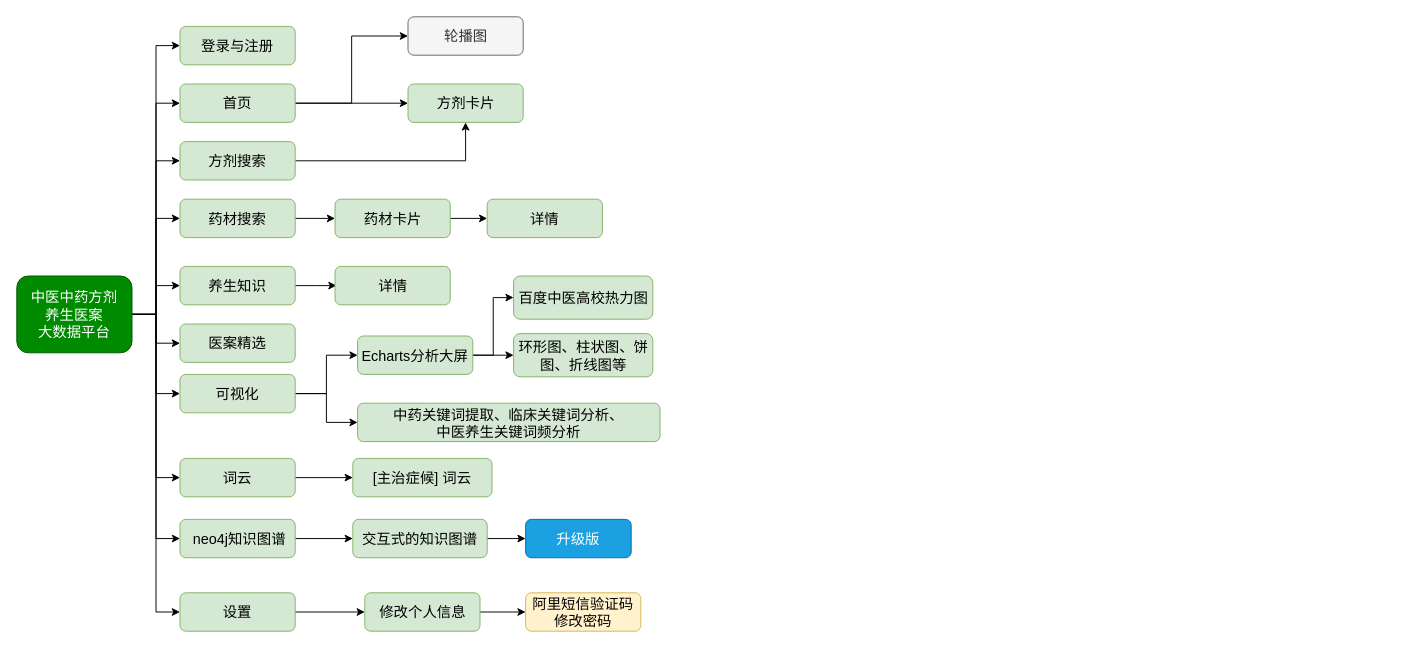
redcomet88/DRAW keeps this draw.io diagram as 2023/f10中药养生.drawio. Above is the earlier version. Source tidied: cells renumbered, new cells numbered last; positions are measured from the earlier drawing's top-left corner, leaving out a move shared by most shapes. Both pictures are drawn from the tidied source at 96%, with x=0, y=0 at pixel (16, 16).
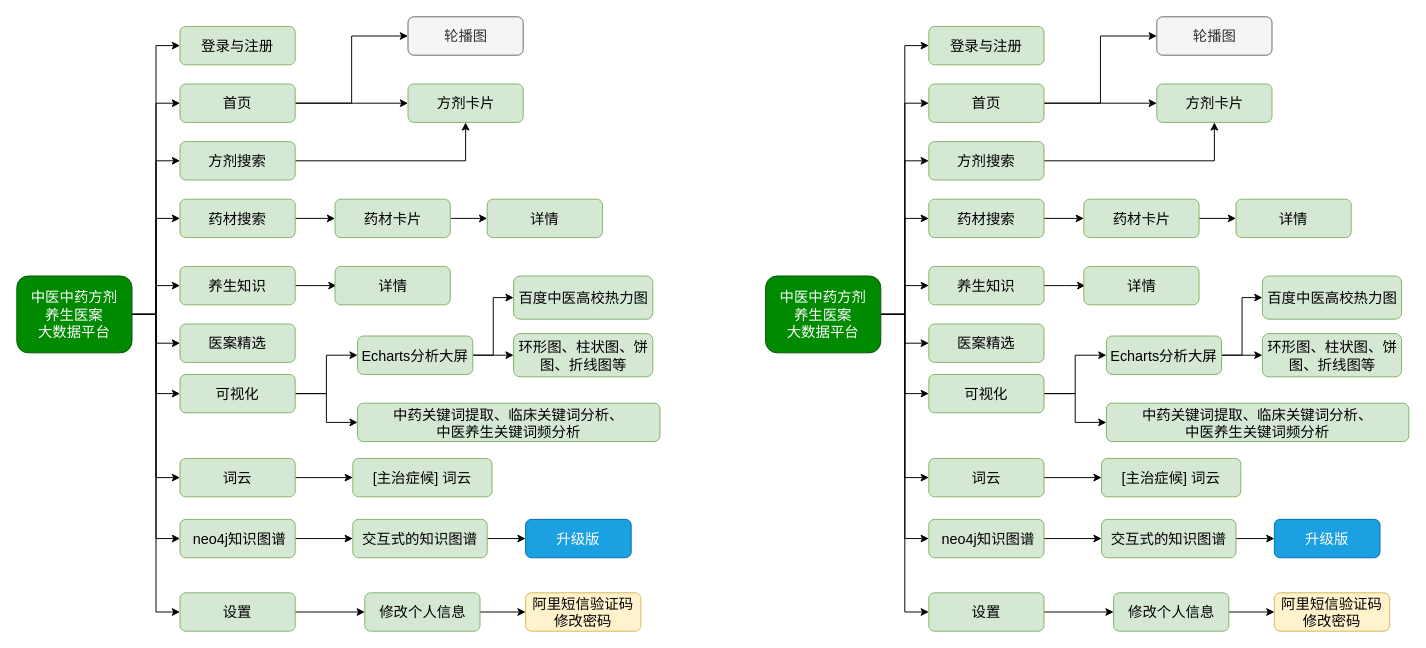
After the change.

Commit message:
更新f10中药养生和问答系统.drawio

The edit, as a diff of the source:
```diff
@@
+    <mxCell id="52" style="edgeStyle=orthogonalEdgeStyle;rounded=0;jettySize=auto;html=1;exitX=1;exitY=0.5;exitDx=0;exitDy=0;entryX=0;entryY=0.5;entryDx=0;entryDy=0;" parent="1" edge="1" source="63" target="67">
+      <mxGeometry relative="1" as="geometry" />
+    </mxCell>
+    <mxCell id="53" style="edgeStyle=orthogonalEdgeStyle;rounded=0;jettySize=auto;html=1;exitX=1;exitY=0.5;exitDx=0;exitDy=0;entryX=0;entryY=0.5;entryDx=0;entryDy=0;" parent="1" edge="1" source="63" target="66">
+      <mxGeometry relative="1" as="geometry" />
+    </mxCell>
+    <mxCell id="54" style="edgeStyle=orthogonalEdgeStyle;rounded=0;jettySize=auto;html=1;exitX=1;exitY=0.5;exitDx=0;exitDy=0;entryX=0;entryY=0.5;entryDx=0;entryDy=0;" parent="1" edge="1" source="63" target="70">
+      <mxGeometry relative="1" as="geometry" />
+    </mxCell>
+    <mxCell id="55" style="edgeStyle=orthogonalEdgeStyle;rounded=0;jettySize=auto;html=1;exitX=1;exitY=0.5;exitDx=0;exitDy=0;entryX=0;entryY=0.5;entryDx=0;entryDy=0;" parent="1" edge="1" source="63" target="73">
+      <mxGeometry relative="1" as="geometry" />
+    </mxCell>
+    <mxCell id="56" style="edgeStyle=orthogonalEdgeStyle;rounded=0;jettySize=auto;html=1;exitX=1;exitY=0.5;exitDx=0;exitDy=0;entryX=0;entryY=0.5;entryDx=0;entryDy=0;" parent="1" edge="1" source="63" target="79">
+      <mxGeometry relative="1" as="geometry" />
+    </mxCell>
+    <mxCell id="57" style="edgeStyle=orthogonalEdgeStyle;rounded=0;jettySize=auto;html=1;exitX=1;exitY=0.5;exitDx=0;exitDy=0;entryX=0;entryY=0.5;entryDx=0;entryDy=0;" parent="1" edge="1" source="84" target="81">
+      <mxGeometry relative="1" as="geometry" />
+    </mxCell>
+    <mxCell id="58" style="edgeStyle=orthogonalEdgeStyle;rounded=0;jettySize=auto;html=1;exitX=1;exitY=0.5;exitDx=0;exitDy=0;entryX=0;entryY=0.5;entryDx=0;entryDy=0;fontSize=20;" parent="1" edge="1" source="63" target="84">
+      <mxGeometry relative="1" as="geometry" />
+    </mxCell>
+    <mxCell id="59" style="edgeStyle=orthogonalEdgeStyle;rounded=0;jettySize=auto;html=1;exitX=1;exitY=0.5;exitDx=0;exitDy=0;entryX=0;entryY=0.5;entryDx=0;entryDy=0;" parent="1" edge="1" source="63" target="88">
+      <mxGeometry relative="1" as="geometry" />
+    </mxCell>
+    <mxCell id="60" style="edgeStyle=orthogonalEdgeStyle;rounded=0;jettySize=auto;html=1;exitX=1;exitY=0.5;exitDx=0;exitDy=0;entryX=0;entryY=0.5;entryDx=0;entryDy=0;fontSize=17;" parent="1" edge="1" source="63" target="92">
+      <mxGeometry relative="1" as="geometry" />
+    </mxCell>
+    <mxCell id="61" style="edgeStyle=orthogonalEdgeStyle;rounded=0;jettySize=auto;html=1;exitX=1;exitY=0.5;exitDx=0;exitDy=0;entryX=0;entryY=0.5;entryDx=0;entryDy=0;" parent="1" edge="1" source="63" target="98">
+      <mxGeometry relative="1" as="geometry" />
+    </mxCell>
+    <mxCell id="62" style="edgeStyle=orthogonalEdgeStyle;rounded=0;jettySize=auto;html=1;exitX=1;exitY=0.5;exitDx=0;exitDy=0;entryX=0;entryY=0.5;entryDx=0;entryDy=0;" parent="1" edge="1" source="63" target="100">
+      <mxGeometry relative="1" as="geometry" />
+    </mxCell>
+    <mxCell id="63" value="中医中药方剂&lt;br&gt;养生医案&lt;br&gt;大数据平台" style="rounded=1;whiteSpace=wrap;html=1;fontSize=15;fillColor=#008a00;strokeColor=#005700;fontColor=#ffffff;" parent="1" vertex="1">
+      <mxGeometry x="780" y="270" width="120" height="80" as="geometry" />
+    </mxCell>
+    <mxCell id="64" style="edgeStyle=orthogonalEdgeStyle;rounded=0;jettySize=auto;html=1;exitX=1;exitY=0.5;exitDx=0;exitDy=0;entryX=0;entryY=0.5;entryDx=0;entryDy=0;" parent="1" edge="1" source="66" target="71">
+      <mxGeometry relative="1" as="geometry" />
+    </mxCell>
+    <mxCell id="65" style="edgeStyle=orthogonalEdgeStyle;rounded=0;jettySize=auto;html=1;exitX=1;exitY=0.5;exitDx=0;exitDy=0;entryX=0;entryY=0.5;entryDx=0;entryDy=0;fontSize=17;" parent="1" edge="1" source="66" target="90">
+      <mxGeometry relative="1" as="geometry" />
+    </mxCell>
+    <mxCell id="66" value="首页" style="rounded=1;whiteSpace=wrap;html=1;fontSize=15;fillColor=#d5e8d4;strokeColor=#82b366;" parent="1" vertex="1">
+      <mxGeometry x="950" y="70" width="120" height="40" as="geometry" />
+    </mxCell>
+    <mxCell id="67" value="登录与注册" style="rounded=1;whiteSpace=wrap;html=1;fontSize=15;fillColor=#d5e8d4;strokeColor=#82b366;" parent="1" vertex="1">
+      <mxGeometry x="950" y="10" width="120" height="40" as="geometry" />
+    </mxCell>
+    <mxCell id="68" style="edgeStyle=orthogonalEdgeStyle;rounded=0;jettySize=auto;html=1;exitX=1;exitY=0.5;exitDx=0;exitDy=0;entryX=0;entryY=0.5;entryDx=0;entryDy=0;" parent="1" edge="1" source="70" target="77">
+      <mxGeometry relative="1" as="geometry" />
+    </mxCell>
+    <mxCell id="69" style="edgeStyle=orthogonalEdgeStyle;rounded=0;jettySize=auto;html=1;exitX=1;exitY=0.5;exitDx=0;exitDy=0;entryX=0;entryY=0.5;entryDx=0;entryDy=0;fontSize=15;" parent="1" edge="1" source="70" target="89">
+      <mxGeometry relative="1" as="geometry" />
+    </mxCell>
+    <mxCell id="70" value="可视化" style="rounded=1;whiteSpace=wrap;html=1;fontSize=15;fillColor=#d5e8d4;strokeColor=#82b366;" parent="1" vertex="1">
+      <mxGeometry x="950" y="372.5" width="120" height="40" as="geometry" />
+    </mxCell>
+    <mxCell id="71" value="方剂卡片" style="rounded=1;whiteSpace=wrap;html=1;fontSize=15;fillColor=#d5e8d4;strokeColor=#82b366;" parent="1" vertex="1">
+      <mxGeometry x="1187.5" y="70" width="120" height="40" as="geometry" />
+    </mxCell>
+    <mxCell id="72" style="edgeStyle=orthogonalEdgeStyle;rounded=0;jettySize=auto;html=1;exitX=1;exitY=0.5;exitDx=0;exitDy=0;entryX=0;entryY=0.5;entryDx=0;entryDy=0;" parent="1" edge="1" source="73" target="74">
+      <mxGeometry relative="1" as="geometry" />
+    </mxCell>
+    <mxCell id="73" value="词云" style="rounded=1;whiteSpace=wrap;html=1;fontSize=15;fillColor=#d5e8d4;strokeColor=#82b366;" parent="1" vertex="1">
+      <mxGeometry x="950" y="460" width="120" height="40" as="geometry" />
+    </mxCell>
+    <mxCell id="74" value="[主治症候] 词云" style="rounded=1;whiteSpace=wrap;html=1;fontSize=15;fillColor=#d5e8d4;strokeColor=#82b366;" parent="1" vertex="1">
+      <mxGeometry x="1130" y="460" width="145" height="40" as="geometry" />
+    </mxCell>
+    <mxCell id="75" style="edgeStyle=orthogonalEdgeStyle;rounded=0;jettySize=auto;html=1;exitX=1;exitY=0.5;exitDx=0;exitDy=0;entryX=0;entryY=0.5;entryDx=0;entryDy=0;" parent="1" edge="1" source="77" target="82">
+      <mxGeometry relative="1" as="geometry" />
+    </mxCell>
+    <mxCell id="76" style="edgeStyle=orthogonalEdgeStyle;rounded=0;jettySize=auto;html=1;exitX=1;exitY=0.5;exitDx=0;exitDy=0;entryX=0;entryY=0.5;entryDx=0;entryDy=0;" parent="1" edge="1" source="77" target="101">
+      <mxGeometry relative="1" as="geometry" />
+    </mxCell>
+    <mxCell id="77" value="Echarts分析大屏" style="rounded=1;whiteSpace=wrap;html=1;fontSize=15;fillColor=#d5e8d4;strokeColor=#82b366;" parent="1" vertex="1">
+      <mxGeometry x="1135" y="332.5" width="120" height="40" as="geometry" />
+    </mxCell>
+    <mxCell id="78" style="edgeStyle=orthogonalEdgeStyle;rounded=0;jettySize=auto;html=1;entryX=0.5;entryY=1;entryDx=0;entryDy=0;" parent="1" edge="1" source="79" target="71">
+      <mxGeometry relative="1" as="geometry" />
+    </mxCell>
+    <mxCell id="79" value="方剂搜索" style="rounded=1;whiteSpace=wrap;html=1;fontSize=15;fillColor=#d5e8d4;strokeColor=#82b366;" parent="1" vertex="1">
+      <mxGeometry x="950" y="130" width="120" height="40" as="geometry" />
+    </mxCell>
+    <mxCell id="80" style="edgeStyle=orthogonalEdgeStyle;rounded=0;jettySize=auto;html=1;exitX=1;exitY=0.5;exitDx=0;exitDy=0;entryX=0;entryY=0.5;entryDx=0;entryDy=0;" parent="1" edge="1" source="81" target="83">
+      <mxGeometry relative="1" as="geometry" />
+    </mxCell>
+    <mxCell id="81" value="修改个人信息" style="rounded=1;whiteSpace=wrap;html=1;fontSize=15;fillColor=#d5e8d4;strokeColor=#82b366;" parent="1" vertex="1">
+      <mxGeometry x="1142.5" y="600" width="120" height="40" as="geometry" />
+    </mxCell>
+    <mxCell id="82" value="环形图、柱状图、饼图、折线图等" style="rounded=1;whiteSpace=wrap;html=1;fontSize=15;fillColor=#d5e8d4;strokeColor=#82b366;" parent="1" vertex="1">
+      <mxGeometry x="1297.5" y="330" width="145" height="45" as="geometry" />
+    </mxCell>
+    <mxCell id="83" value="阿里短信验证码修改密码" style="rounded=1;whiteSpace=wrap;html=1;fontSize=15;fillColor=#fff2cc;strokeColor=#d6b656;" parent="1" vertex="1">
+      <mxGeometry x="1310" y="600" width="120" height="40" as="geometry" />
+    </mxCell>
+    <mxCell id="84" value="设置" style="rounded=1;whiteSpace=wrap;html=1;fontSize=15;fillColor=#d5e8d4;strokeColor=#82b366;" parent="1" vertex="1">
+      <mxGeometry x="950" y="600" width="120" height="40" as="geometry" />
+    </mxCell>
+    <mxCell id="85" style="edgeStyle=orthogonalEdgeStyle;rounded=0;jettySize=auto;html=1;exitX=1;exitY=0.5;exitDx=0;exitDy=0;entryX=0;entryY=0.5;entryDx=0;entryDy=0;fontSize=17;" parent="1" edge="1" source="86" target="96">
+      <mxGeometry relative="1" as="geometry" />
+    </mxCell>
+    <mxCell id="86" value="交互式的知识图谱" style="rounded=1;whiteSpace=wrap;html=1;fontSize=15;fillColor=#d5e8d4;strokeColor=#82b366;" parent="1" vertex="1">
+      <mxGeometry x="1130" y="523.5" width="140" height="40" as="geometry" />
+    </mxCell>
+    <mxCell id="87" style="edgeStyle=orthogonalEdgeStyle;rounded=0;jettySize=auto;html=1;exitX=1;exitY=0.5;exitDx=0;exitDy=0;entryX=0;entryY=0.5;entryDx=0;entryDy=0;" parent="1" edge="1" source="88" target="86">
+      <mxGeometry relative="1" as="geometry" />
+    </mxCell>
+    <mxCell id="88" value="&amp;nbsp;neo4j知识图谱" style="rounded=1;whiteSpace=wrap;html=1;fontSize=15;fillColor=#d5e8d4;strokeColor=#82b366;" parent="1" vertex="1">
+      <mxGeometry x="950" y="523.5" width="120" height="40" as="geometry" />
+    </mxCell>
+    <mxCell id="89" value="中药关键词提取、临床关键词分析、&lt;br&gt;中医养生关键词频分析" style="rounded=1;whiteSpace=wrap;html=1;fontSize=15;fillColor=#d5e8d4;strokeColor=#82b366;" parent="1" vertex="1">
+      <mxGeometry x="1135" y="402.5" width="315" height="40" as="geometry" />
+    </mxCell>
+    <mxCell id="90" value="轮播图" style="rounded=1;whiteSpace=wrap;html=1;fontSize=15;fillColor=#f5f5f5;strokeColor=#666666;fontColor=#333333;" parent="1" vertex="1">
+      <mxGeometry x="1187.5" width="120" height="40" as="geometry" />
+    </mxCell>
+    <mxCell id="91" style="edgeStyle=orthogonalEdgeStyle;rounded=0;jettySize=auto;html=1;exitX=1;exitY=0.5;exitDx=0;exitDy=0;entryX=0;entryY=0.5;entryDx=0;entryDy=0;fontSize=17;" parent="1" edge="1" source="92" target="94">
+      <mxGeometry relative="1" as="geometry" />
+    </mxCell>
+    <mxCell id="92" value="药材搜索" style="rounded=1;whiteSpace=wrap;html=1;fontSize=15;fillColor=#d5e8d4;strokeColor=#82b366;" parent="1" vertex="1">
+      <mxGeometry x="950" y="190" width="120" height="40" as="geometry" />
+    </mxCell>
+    <mxCell id="93" style="edgeStyle=orthogonalEdgeStyle;rounded=0;jettySize=auto;html=1;exitX=1;exitY=0.5;exitDx=0;exitDy=0;entryX=0;entryY=0.5;entryDx=0;entryDy=0;fontSize=17;" parent="1" edge="1" source="94" target="95">
+      <mxGeometry relative="1" as="geometry" />
+    </mxCell>
+    <mxCell id="94" value="药材卡片" style="rounded=1;whiteSpace=wrap;html=1;fontSize=15;fillColor=#d5e8d4;strokeColor=#82b366;" parent="1" vertex="1">
+      <mxGeometry x="1111.5" y="190" width="120" height="40" as="geometry" />
+    </mxCell>
+    <mxCell id="95" value="详情" style="rounded=1;whiteSpace=wrap;html=1;fontSize=15;fillColor=#d5e8d4;strokeColor=#82b366;" parent="1" vertex="1">
+      <mxGeometry x="1270" y="190" width="120" height="40" as="geometry" />
+    </mxCell>
+    <mxCell id="96" value="升级版" style="rounded=1;whiteSpace=wrap;html=1;fontSize=15;fillColor=#1ba1e2;strokeColor=#006EAF;fontColor=#ffffff;" parent="1" vertex="1">
+      <mxGeometry x="1310" y="523.5" width="110" height="40" as="geometry" />
+    </mxCell>
+    <mxCell id="97" style="edgeStyle=orthogonalEdgeStyle;rounded=0;jettySize=auto;html=1;exitX=1;exitY=0.5;exitDx=0;exitDy=0;entryX=0;entryY=0.5;entryDx=0;entryDy=0;fontSize=17;" parent="1" edge="1" source="98">
+      <mxGeometry relative="1" as="geometry">
+        <mxPoint x="1113" y="280" as="targetPoint" />
+      </mxGeometry>
+    </mxCell>
+    <mxCell id="98" value="养生知识" style="rounded=1;whiteSpace=wrap;html=1;fontSize=15;fillColor=#d5e8d4;strokeColor=#82b366;" parent="1" vertex="1">
+      <mxGeometry x="950" y="260" width="120" height="40" as="geometry" />
+    </mxCell>
+    <mxCell id="99" value="详情" style="rounded=1;whiteSpace=wrap;html=1;fontSize=15;fillColor=#d5e8d4;strokeColor=#82b366;" parent="1" vertex="1">
+      <mxGeometry x="1111.5" y="260" width="120" height="40" as="geometry" />
+    </mxCell>
+    <mxCell id="100" value="医案精选" style="rounded=1;whiteSpace=wrap;html=1;fontSize=15;fillColor=#d5e8d4;strokeColor=#82b366;" parent="1" vertex="1">
+      <mxGeometry x="950" y="320" width="120" height="40" as="geometry" />
+    </mxCell>
+    <mxCell id="101" value="百度中医高校热力图" style="rounded=1;whiteSpace=wrap;html=1;fontSize=15;fillColor=#d5e8d4;strokeColor=#82b366;" parent="1" vertex="1">
+      <mxGeometry x="1297.5" y="270" width="145" height="45" as="geometry" />
+    </mxCell>
```
